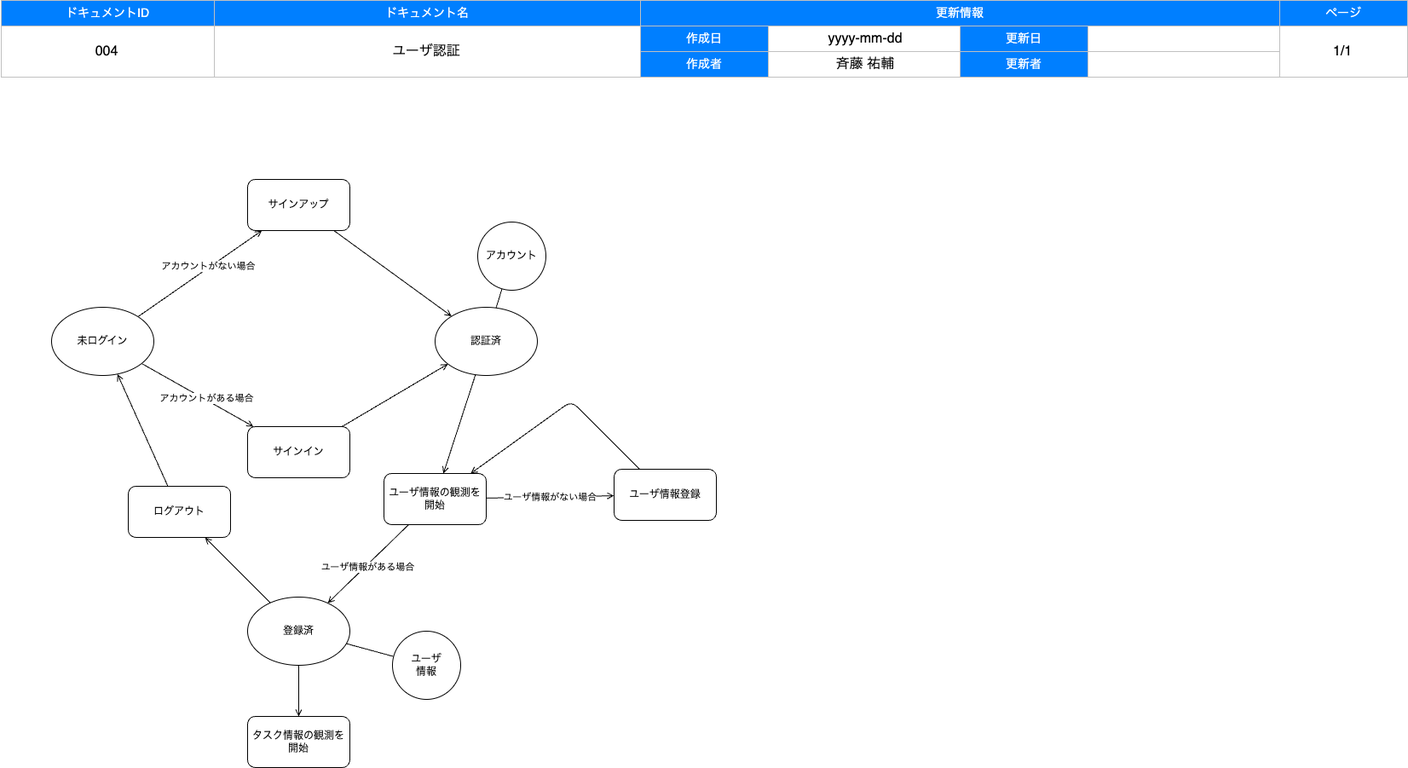
Above: documents/authentication.drawio.png in uskithub/CABoilerplate (draw.io), before the change. Source tidied: cells renumbered, new cells last; positions are measured from the earlier drawing's top-left corner, leaving out a move shared by most shapes.
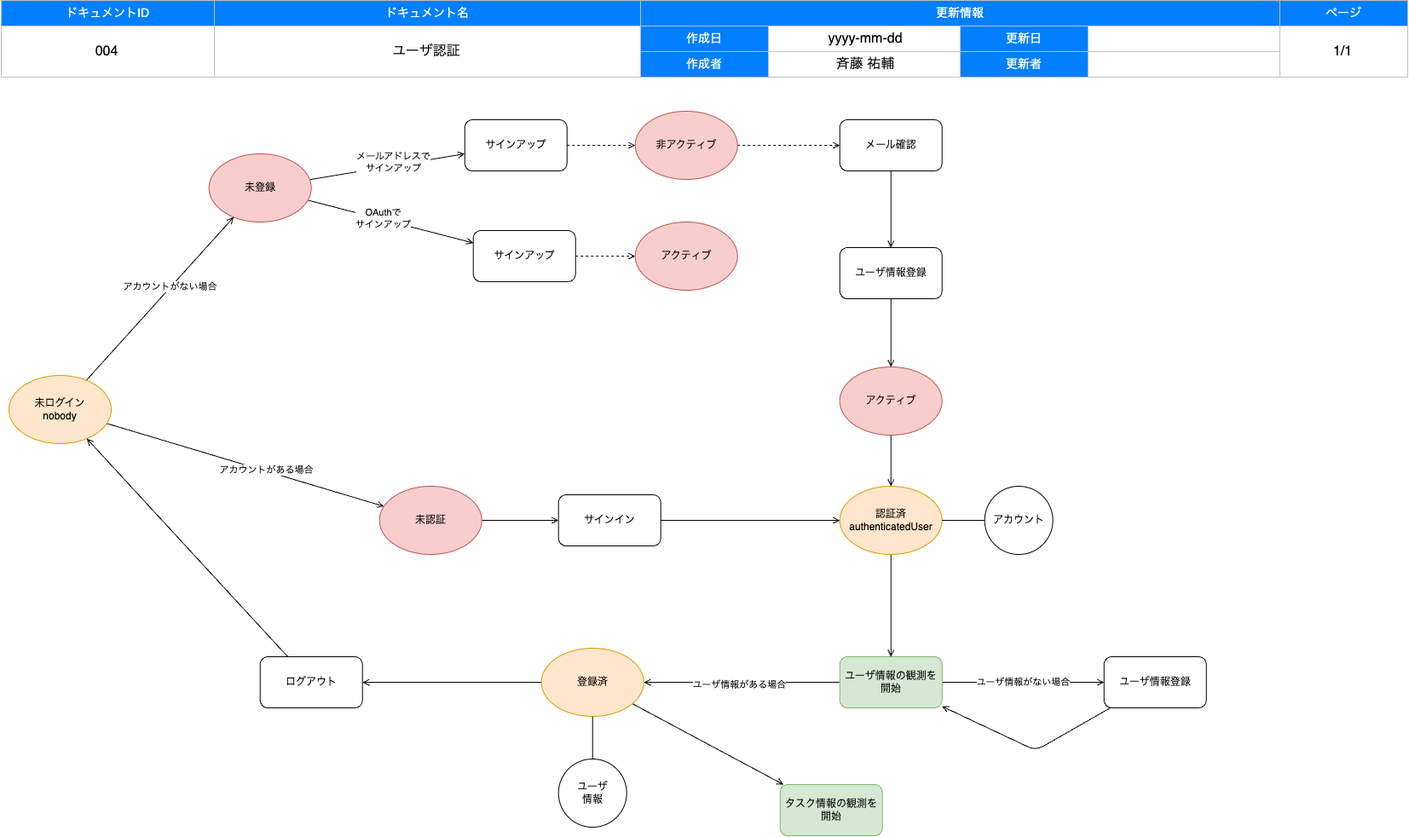
After the commit.

The edit, as a diff of the source:
```diff
@@ -67,14 +67,14 @@
       <mxGeometry y="30" width="250" height="60" as="geometry" />
     </mxCell>
     <mxCell id="24" value="コンテンツ" parent="0" />
-    <mxCell id="25" style="html=1;endArrow=open;endFill=0;" parent="24" edge="1" source="27" target="43">
+    <mxCell id="25" style="html=1;endArrow=open;endFill=0;" parent="24" edge="1" source="27" target="58">
       <mxGeometry relative="1" as="geometry" />
     </mxCell>
     <mxCell id="26" value="アカウントがある場合&lt;br&gt;" style="edgeLabel;html=1;align=center;verticalAlign=middle;" parent="25" vertex="1">
       <mxGeometry x="0.14" y="2" relative="1" as="geometry" />
     </mxCell>
-    <mxCell id="27" value="未ログイン" style="ellipse;whiteSpace=wrap;html=1;flipH=1;" parent="24" vertex="1">
-      <mxGeometry x="60" y="360" width="120" height="80" as="geometry" />
+    <mxCell id="27" value="未ログイン&lt;br&gt;nobody" style="ellipse;whiteSpace=wrap;html=1;flipH=1;fillColor=#ffe6cc;strokeColor=#d79b00;" parent="24" vertex="1">
+      <mxGeometry x="10" y="440" width="120" height="80" as="geometry" />
     </mxCell>
     <mxCell id="28" style="html=1;endArrow=open;endFill=0;" parent="24" edge="1" source="47" target="38">
       <mxGeometry relative="1" as="geometry" />
@@ -87,10 +87,10 @@
     <mxCell id="30" style="edgeStyle=none;html=1;endArrow=open;endFill=0;elbow=vertical;" parent="24" edge="1" source="31" target="47">
       <mxGeometry relative="1" as="geometry" />
     </mxCell>
-    <mxCell id="31" value="認証済" style="ellipse;whiteSpace=wrap;html=1;flipH=1;" parent="24" vertex="1">
-      <mxGeometry x="510" y="360" width="120" height="80" as="geometry" />
+    <mxCell id="31" value="認証済&lt;br style=&quot;border-color: var(--border-color);&quot;&gt;authenticatedUser" style="ellipse;whiteSpace=wrap;html=1;flipH=1;fillColor=#ffe6cc;strokeColor=#d79b00;" parent="24" vertex="1">
+      <mxGeometry x="984.7" y="570" width="120" height="80" as="geometry" />
     </mxCell>
-    <mxCell id="32" style="html=1;endArrow=open;endFill=0;" parent="24" edge="1" source="27" target="45">
+    <mxCell id="32" style="html=1;endArrow=open;endFill=0;" parent="24" edge="1" source="27" target="56">
       <mxGeometry relative="1" as="geometry" />
     </mxCell>
     <mxCell id="33" value="アカウントがない場合" style="edgeLabel;html=1;align=center;verticalAlign=middle;" parent="32" vertex="1">
@@ -100,7 +100,7 @@
       <mxGeometry relative="1" as="geometry" />
     </mxCell>
     <mxCell id="35" value="アカウント" style="ellipse;whiteSpace=wrap;html=1;" parent="24" vertex="1">
-      <mxGeometry x="560" y="260" width="80" height="80" as="geometry" />
+      <mxGeometry x="1154.7" y="570" width="80" height="80" as="geometry" />
     </mxCell>
     <mxCell id="36" style="edgeStyle=none;html=1;endArrow=open;endFill=0;elbow=vertical;" parent="24" edge="1" source="38" target="50">
       <mxGeometry relative="1" as="geometry" />
@@ -108,14 +108,14 @@
     <mxCell id="37" style="edgeStyle=none;html=1;endArrow=open;endFill=0;elbow=vertical;" parent="24" edge="1" source="38" target="51">
       <mxGeometry relative="1" as="geometry" />
     </mxCell>
-    <mxCell id="38" value="登録済" style="ellipse;whiteSpace=wrap;html=1;flipH=1;" parent="24" vertex="1">
-      <mxGeometry x="290" y="700" width="120" height="80" as="geometry" />
+    <mxCell id="38" value="登録済" style="ellipse;whiteSpace=wrap;html=1;flipH=1;fillColor=#ffe6cc;strokeColor=#d79b00;" parent="24" vertex="1">
+      <mxGeometry x="634.7" y="760" width="120" height="80" as="geometry" />
     </mxCell>
     <mxCell id="39" style="edgeStyle=none;html=1;endArrow=none;endFill=0;" parent="24" edge="1" source="38" target="40">
       <mxGeometry relative="1" as="geometry" />
     </mxCell>
     <mxCell id="40" value="ユーザ&lt;br&gt;情報" style="ellipse;whiteSpace=wrap;html=1;" parent="24" vertex="1">
-      <mxGeometry x="460" y="740" width="80" height="80" as="geometry" />
+      <mxGeometry x="654.7" y="890" width="80" height="80" as="geometry" />
     </mxCell>
     <mxCell id="41" style="endArrow=open;html=1;elbow=vertical;startArrow=none;endFill=0;" parent="24" edge="1" source="51" target="27">
       <mxGeometry relative="1" as="geometry" />
@@ -124,35 +124,91 @@
       <mxGeometry relative="1" as="geometry" />
     </mxCell>
     <mxCell id="43" value="サインイン" style="rounded=1;whiteSpace=wrap;html=1;" parent="24" vertex="1">
-      <mxGeometry x="290" y="500" width="120" height="60" as="geometry" />
+      <mxGeometry x="654.7" y="580" width="120" height="60" as="geometry" />
     </mxCell>
-    <mxCell id="44" style="edgeStyle=none;html=1;endArrow=open;endFill=0;elbow=vertical;" parent="24" edge="1" source="45" target="31">
-      <mxGeometry relative="1" as="geometry" />
-    </mxCell>
+    <mxCell id="52" style="edgeStyle=none;html=1;endArrow=open;endFill=0;elbow=vertical;" parent="24" edge="1" source="56" target="65">
+      <mxGeometry relative="1" as="geometry" />
+    </mxCell>
+    <mxCell id="53" value="OAuthで&lt;br&gt;サインアップ" style="edgeLabel;html=1;align=center;verticalAlign=middle;" parent="52" vertex="1">
+      <mxGeometry x="-0.1" y="2" relative="1" as="geometry" />
+    </mxCell>
     <mxCell id="45" value="サインアップ" style="rounded=1;whiteSpace=wrap;html=1;" parent="24" vertex="1">
-      <mxGeometry x="290" y="210" width="120" height="60" as="geometry" />
+      <mxGeometry x="544.7" y="140" width="120" height="60" as="geometry" />
     </mxCell>
     <mxCell id="46" value="ユーザ情報がない場合" style="edgeStyle=none;html=1;endArrow=open;endFill=0;elbow=vertical;" parent="24" edge="1" source="47" target="49">
       <mxGeometry relative="1" as="geometry" />
     </mxCell>
-    <mxCell id="47" value="ユーザ情報の観測を開始" style="rounded=1;whiteSpace=wrap;html=1;" parent="24" vertex="1">
-      <mxGeometry x="450" y="555" width="120" height="60" as="geometry" />
+    <mxCell id="47" value="ユーザ情報の観測を開始" style="rounded=1;whiteSpace=wrap;html=1;fillColor=#d5e8d4;strokeColor=#82b366;" parent="24" vertex="1">
+      <mxGeometry x="984.7" y="770" width="120" height="60" as="geometry" />
     </mxCell>
     <mxCell id="48" style="edgeStyle=none;html=1;endArrow=open;endFill=0;elbow=vertical;" parent="24" edge="1" source="49" target="47">
       <mxGeometry relative="1" as="geometry">
         <Array as="points">
-          <mxPoint x="670" y="470" />
+          <mxPoint x="1214.7" y="880" />
         </Array>
       </mxGeometry>
     </mxCell>
     <mxCell id="49" value="ユーザ情報登録" style="rounded=1;whiteSpace=wrap;html=1;" parent="24" vertex="1">
-      <mxGeometry x="720" y="550" width="120" height="60" as="geometry" />
+      <mxGeometry x="1294.7" y="770" width="120" height="60" as="geometry" />
     </mxCell>
-    <mxCell id="50" value="タスク情報の観測を開始" style="rounded=1;whiteSpace=wrap;html=1;" parent="24" vertex="1">
-      <mxGeometry x="290" y="840" width="120" height="60" as="geometry" />
+    <mxCell id="50" value="タスク情報の観測を開始" style="rounded=1;whiteSpace=wrap;html=1;fillColor=#d5e8d4;strokeColor=#82b366;" parent="24" vertex="1">
+      <mxGeometry x="914.7" y="920" width="120" height="60" as="geometry" />
     </mxCell>
     <mxCell id="51" value="ログアウト" style="rounded=1;whiteSpace=wrap;html=1;" parent="24" vertex="1">
-      <mxGeometry x="150" y="570" width="120" height="60" as="geometry" />
+      <mxGeometry x="304.7" y="770" width="120" height="60" as="geometry" />
     </mxCell>
+    <mxCell id="54" style="edgeStyle=none;html=1;endArrow=open;endFill=0;elbow=vertical;" parent="24" edge="1" source="56" target="45">
+      <mxGeometry relative="1" as="geometry" />
+    </mxCell>
+    <mxCell id="55" value="メールアドレスで&lt;br&gt;サインアップ" style="edgeLabel;html=1;align=center;verticalAlign=middle;" parent="54" vertex="1">
+      <mxGeometry x="0.36" y="1" relative="1" as="geometry">
+        <mxPoint x="-26" y="1" as="offset" />
+      </mxGeometry>
+    </mxCell>
+    <mxCell id="56" value="未登録" style="ellipse;whiteSpace=wrap;html=1;flipH=1;fillColor=#f8cecc;strokeColor=#b85450;" parent="24" vertex="1">
+      <mxGeometry x="244.7" y="180" width="120" height="80" as="geometry" />
+    </mxCell>
+    <mxCell id="57" style="edgeStyle=none;html=1;endArrow=open;endFill=0;elbow=vertical;" parent="24" edge="1" source="58" target="43">
+      <mxGeometry relative="1" as="geometry" />
+    </mxCell>
+    <mxCell id="58" value="未認証" style="ellipse;whiteSpace=wrap;html=1;flipH=1;fillColor=#f8cecc;strokeColor=#b85450;" parent="24" vertex="1">
+      <mxGeometry x="444.7" y="570" width="120" height="80" as="geometry" />
+    </mxCell>
+    <mxCell id="59" style="edgeStyle=none;html=1;endArrow=open;endFill=0;elbow=vertical;dashed=1;" parent="24" edge="1" source="45" target="69">
+      <mxGeometry relative="1" as="geometry" />
+    </mxCell>
+    <mxCell id="60" style="edgeStyle=none;html=1;endArrow=open;endFill=0;elbow=vertical;" parent="24" edge="1" source="62" target="67">
+      <mxGeometry relative="1" as="geometry" />
+    </mxCell>
+    <mxCell id="61" style="edgeStyle=none;html=1;endArrow=open;endFill=0;elbow=vertical;" parent="24" edge="1" source="63" target="31">
+      <mxGeometry relative="1" as="geometry" />
+    </mxCell>
+    <mxCell id="62" value="メール確認" style="rounded=1;whiteSpace=wrap;html=1;" parent="24" vertex="1">
+      <mxGeometry x="984.7" y="140" width="120" height="60" as="geometry" />
+    </mxCell>
+    <mxCell id="63" value="アクティブ" style="ellipse;whiteSpace=wrap;html=1;flipH=1;fillColor=#f8cecc;strokeColor=#b85450;" parent="24" vertex="1">
+      <mxGeometry x="984.7" y="430" width="120" height="80" as="geometry" />
+    </mxCell>
+    <mxCell id="64" style="edgeStyle=none;html=1;dashed=1;endArrow=open;endFill=0;elbow=vertical;" parent="24" edge="1" source="65" target="70">
+      <mxGeometry relative="1" as="geometry" />
+    </mxCell>
+    <mxCell id="65" value="サインアップ" style="rounded=1;whiteSpace=wrap;html=1;" parent="24" vertex="1">
+      <mxGeometry x="554.7" y="270" width="120" height="60" as="geometry" />
+    </mxCell>
+    <mxCell id="66" style="edgeStyle=none;html=1;endArrow=open;endFill=0;elbow=vertical;" parent="24" edge="1" source="67" target="63">
+      <mxGeometry relative="1" as="geometry" />
+    </mxCell>
+    <mxCell id="67" value="ユーザ情報登録" style="rounded=1;whiteSpace=wrap;html=1;" parent="24" vertex="1">
+      <mxGeometry x="984.7" y="290" width="120" height="60" as="geometry" />
+    </mxCell>
+    <mxCell id="68" style="edgeStyle=none;html=1;dashed=1;endArrow=open;endFill=0;elbow=vertical;" parent="24" edge="1" source="69" target="62">
+      <mxGeometry relative="1" as="geometry" />
+    </mxCell>
+    <mxCell id="69" value="非アクティブ" style="ellipse;whiteSpace=wrap;html=1;flipH=1;fillColor=#f8cecc;strokeColor=#b85450;" parent="24" vertex="1">
+      <mxGeometry x="744.7" y="130" width="120" height="80" as="geometry" />
+    </mxCell>
+    <mxCell id="70" value="アクティブ" style="ellipse;whiteSpace=wrap;html=1;flipH=1;fillColor=#f8cecc;strokeColor=#b85450;" parent="24" vertex="1">
+      <mxGeometry x="744.7" y="260" width="120" height="80" as="geometry" />
+    </mxCell>
   </root>
 </mxGraphModel>
```
